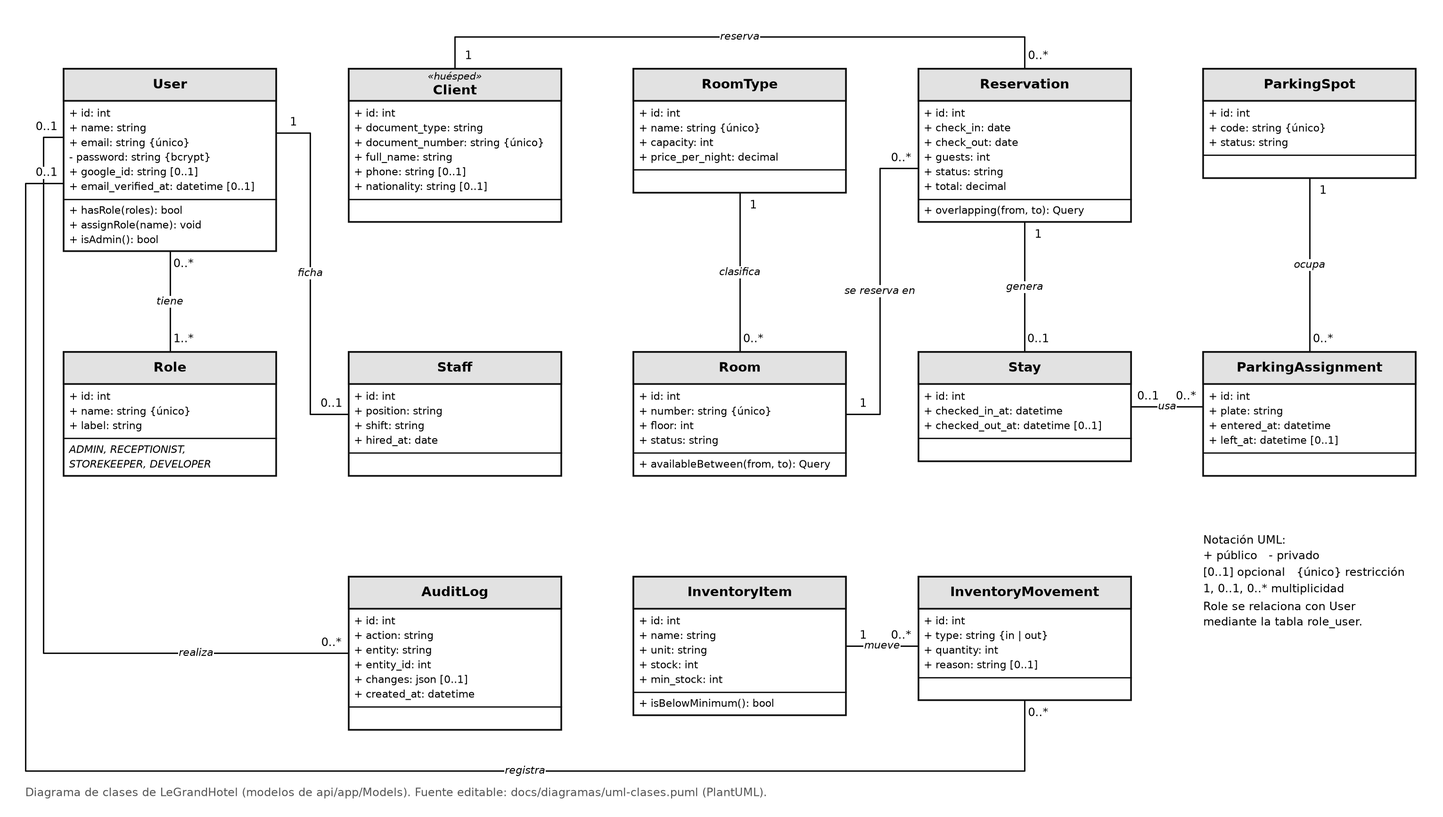
The PlantUML diagram docs/diagramas/uml-clases.png in Josephml23/LeGrandHotel, before a commit. Its source is kept beside it as docs/diagramas/uml-clases.puml. The source it was exported from:
```plantuml
@startuml LeGrandHotel

!pragma layout smetana
skinparam monochrome true
skinparam shadowing false
skinparam classAttributeIconSize 0
skinparam defaultFontName Arial
hide circle

title LeGrandHotel — Diagrama de clases (sistema interno del hotel)

class User {
  + id: int
  + name: string
  + email: string {único}
  - password: string {bcrypt}
  + google_id: string [0..1]
  + email_verified_at: datetime [0..1]
  --
  + hasRole(roles: string...): bool
  + assignRole(name: string): void
  + isAdmin(): bool
}

class Role {
  + id: int
  + name: string {único}
  + label: string
  --
  {static} ADMIN, RECEPTIONIST,
  {static} STOREKEEPER, DEVELOPER
}

class Staff {
  + id: int
  + position: string
  + shift: string
  + hired_at: date
}

class Client <<huésped>> {
  + id: int
  + document_type: string
  + document_number: string {único}
  + full_name: string
  + phone: string [0..1]
  + nationality: string [0..1]
}

class RoomType {
  + id: int
  + name: string {único}
  + capacity: int
  + price_per_night: decimal
}

class Room {
  + id: int
  + number: string {único}
  + floor: int
  + status: string
  --
  + availableBetween(from, to): Query
}

class Reservation {
  + id: int
  + check_in: date
  + check_out: date
  + guests: int
  + status: string
  + total: decimal
  --
  + overlapping(from, to): Query
}

class Stay {
  + id: int
  + checked_in_at: datetime
  + checked_out_at: datetime [0..1]
}

class ParkingSpot {
  + id: int
  + code: string {único}
  + status: string
}

class ParkingAssignment {
  + id: int
  + plate: string
  + entered_at: datetime
  + left_at: datetime [0..1]
}

class InventoryItem {
  + id: int
  + name: string
  + unit: string
  + stock: int
  + min_stock: int
  --
  + isBelowMinimum(): bool
}

class InventoryMovement {
  + id: int
  + type: string {in | out}
  + quantity: int
  + reason: string [0..1]
}

class AuditLog {
  + id: int
  + action: string {created | updated | deleted}
  + entity: string
  + entity_id: int
  + changes: json [0..1]
  + created_at: datetime
}

User "0..*" -- "1..*" Role : tiene >
User "1" -- "0..1" Staff : ficha de personal >
User "0..1" -- "0..*" AuditLog : realiza >
User "0..1" -- "0..*" InventoryMovement : registra >
Client "1" -- "0..*" Reservation : reserva >
RoomType "1" -- "0..*" Room : clasifica >
Room "1" -- "0..*" Reservation : se reserva en >
Reservation "1" -- "0..1" Stay : genera >
Stay "0..1" -- "0..*" ParkingAssignment : usa >
ParkingSpot "1" -- "0..*" ParkingAssignment : ocupa >
InventoryItem "1" -- "0..*" InventoryMovement : mueve >

@enduml
```
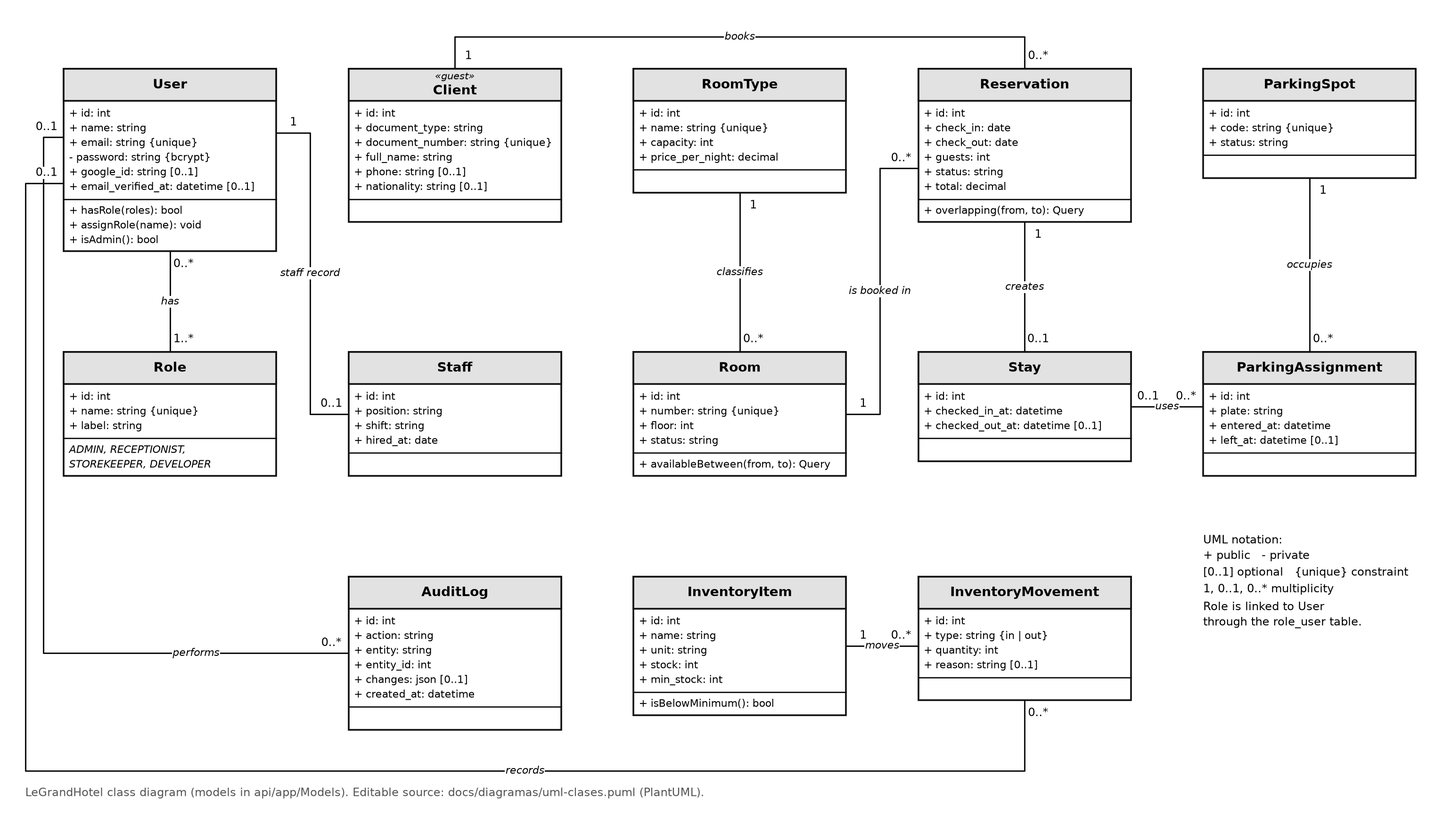
After the commit.

Commit message:
Informe 25%: diagrama UML en inglés como diagrama de base de datos (8.1)

Diff of the diagram source:
```diff
@@ -7,12 +7,12 @@
 skinparam defaultFontName Arial
 hide circle
 
-title LeGrandHotel — Diagrama de clases (sistema interno del hotel)
+title LeGrandHotel — Class diagram (internal hotel system)
 
 class User {
   + id: int
   + name: string
-  + email: string {único}
+  + email: string {unique}
   - password: string {bcrypt}
   + google_id: string [0..1]
   + email_verified_at: datetime [0..1]
@@ -24,7 +24,7 @@
 
 class Role {
   + id: int
-  + name: string {único}
+  + name: string {unique}
   + label: string
   --
   {static} ADMIN, RECEPTIONIST,
@@ -38,10 +38,10 @@
   + hired_at: date
 }
 
-class Client <<huésped>> {
+class Client <<guest>> {
   + id: int
   + document_type: string
-  + document_number: string {único}
+  + document_number: string {unique}
   + full_name: string
   + phone: string [0..1]
   + nationality: string [0..1]
@@ -49,14 +49,14 @@
 
 class RoomType {
   + id: int
-  + name: string {único}
+  + name: string {unique}
   + capacity: int
   + price_per_night: decimal
 }
 
 class Room {
   + id: int
-  + number: string {único}
+  + number: string {unique}
   + floor: int
   + status: string
   --
@@ -82,7 +82,7 @@
 
 class ParkingSpot {
   + id: int
-  + code: string {único}
+  + code: string {unique}
   + status: string
 }
 
@@ -119,16 +119,16 @@
   + created_at: datetime
 }
 
-User "0..*" -- "1..*" Role : tiene >
-User "1" -- "0..1" Staff : ficha de personal >
-User "0..1" -- "0..*" AuditLog : realiza >
-User "0..1" -- "0..*" InventoryMovement : registra >
-Client "1" -- "0..*" Reservation : reserva >
-RoomType "1" -- "0..*" Room : clasifica >
-Room "1" -- "0..*" Reservation : se reserva en >
-Reservation "1" -- "0..1" Stay : genera >
-Stay "0..1" -- "0..*" ParkingAssignment : usa >
-ParkingSpot "1" -- "0..*" ParkingAssignment : ocupa >
-InventoryItem "1" -- "0..*" InventoryMovement : mueve >
+User "0..*" -- "1..*" Role : has >
+User "1" -- "0..1" Staff : staff record >
+User "0..1" -- "0..*" AuditLog : performs >
+User "0..1" -- "0..*" InventoryMovement : records >
+Client "1" -- "0..*" Reservation : books >
+RoomType "1" -- "0..*" Room : classifies >
+Room "1" -- "0..*" Reservation : is booked in >
+Reservation "1" -- "0..1" Stay : creates >
+Stay "0..1" -- "0..*" ParkingAssignment : uses >
+ParkingSpot "1" -- "0..*" ParkingAssignment : occupies >
+InventoryItem "1" -- "0..*" InventoryMovement : moves >
 
 @enduml
```
